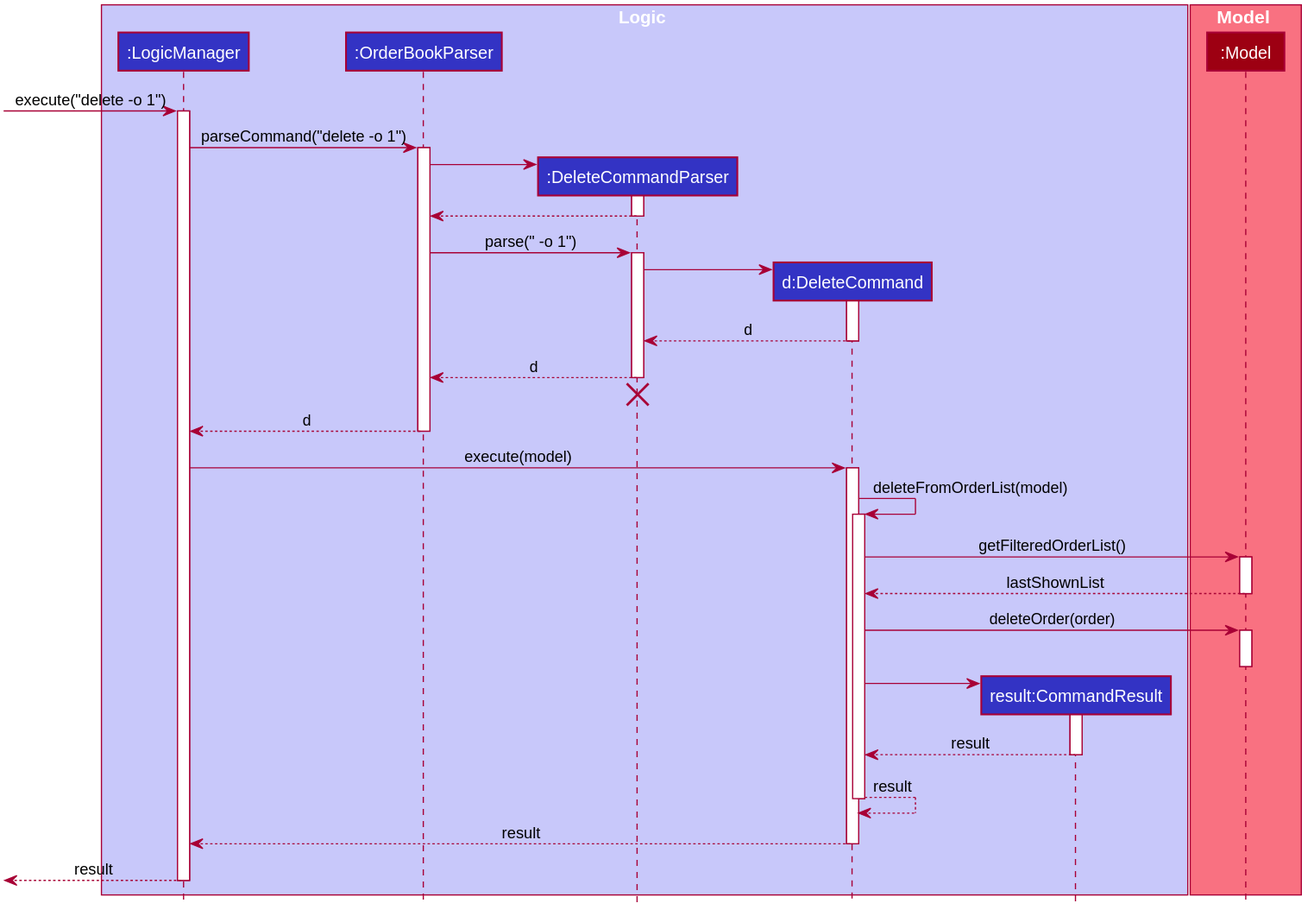
Above: docs/images/DeleteSequenceDiagram.svg in nus-cs2103-AY1920S2/addressbook-level3 (PlantUML), before the change.
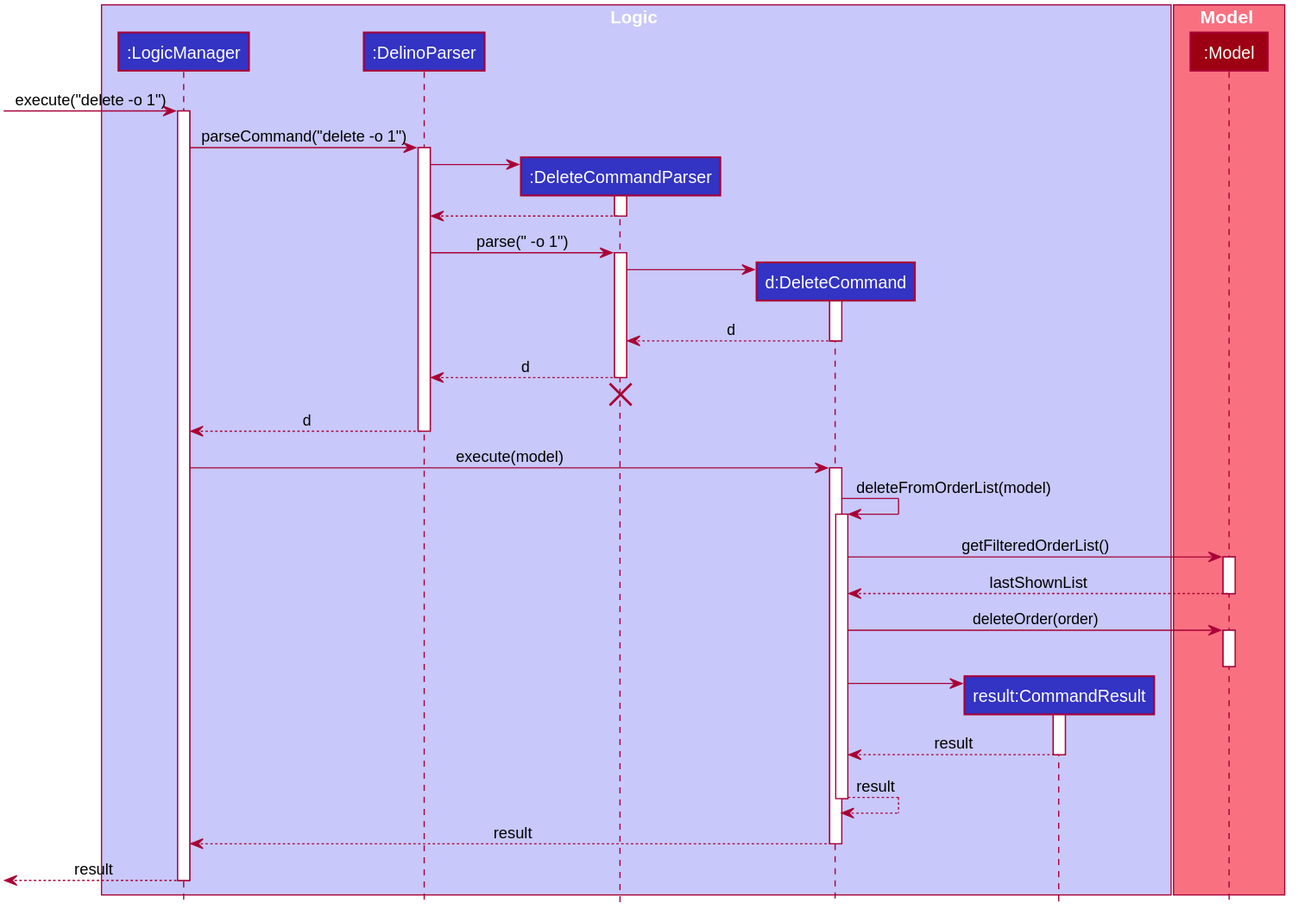
Later version of the same file.

Commit message:
Update Delete Sequence Diagrams OrderBookParser to DelinoParser

What changed in the source:
```diff
@@ -50,7 +50,7 @@
 
 box Logic #C8C8FA
 participant ":LogicManager" as LogicManager #3333C4
-participant ":OrderBookParser" as OrderBookParser #3333C4
+participant ":DelinoParser" as DelinoParser #3333C4
 participant ":DeleteCommandParser" as DeleteCommandParser #3333C4
 participant "d:DeleteCommand" as DeleteCommand #3333C4
 participant "result:CommandResult" as CommandResult #3333C4
@@ -63,17 +63,17 @@
 [-> LogicManager : execute("delete -o 1")
 activate LogicManager
 
-LogicManager -> OrderBookParser : parseCommand("delete -o 1")
-activate OrderBookParser
+LogicManager -> DelinoParser : parseCommand("delete -o 1")
+activate DelinoParser
 
 create DeleteCommandParser
-OrderBookParser -> DeleteCommandParser
+DelinoParser -> DeleteCommandParser
 activate DeleteCommandParser
 
-DeleteCommandParser --> OrderBookParser
+DeleteCommandParser --> DelinoParser
 deactivate DeleteCommandParser
 
-OrderBookParser -> DeleteCommandParser : parse(" -o 1")
+DelinoParser -> DeleteCommandParser : parse(" -o 1")
 activate DeleteCommandParser
 
 create DeleteCommand
@@ -83,13 +83,13 @@
 DeleteCommand --> DeleteCommandParser : d
 deactivate DeleteCommand
 
-DeleteCommandParser --> OrderBookParser : d
+DeleteCommandParser --> DelinoParser : d
 deactivate DeleteCommandParser
-DeleteCommandParser -[hidden]-> OrderBookParser
+DeleteCommandParser -[hidden]-> DelinoParser
 destroy DeleteCommandParser
 
-OrderBookParser --> LogicManager : d
-deactivate OrderBookParser
+DelinoParser --> LogicManager : d
+deactivate DelinoParser
 
 LogicManager -> DeleteCommand : execute(model)
 activate DeleteCommand
```
